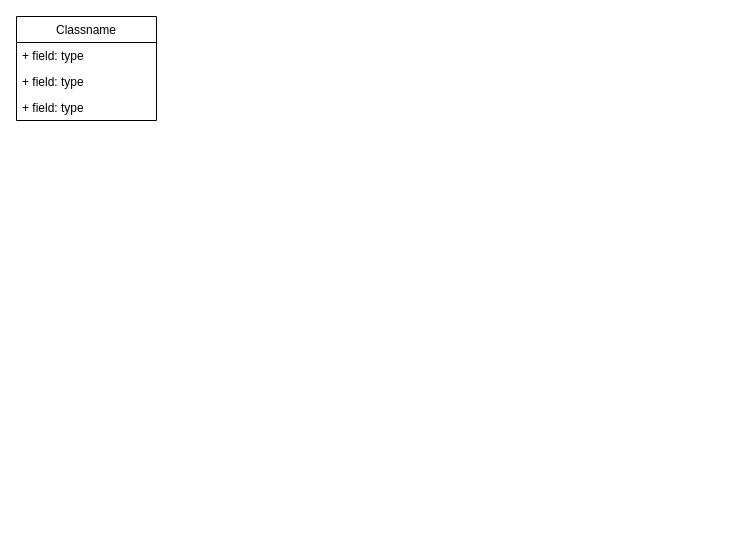
Earlier version of the draw.io diagram Untitled Diagram.drawio (nguyenduong9799/fpt-student-blog). Source tidied: cells renumbered, new cells numbered last; positions are measured from the earlier drawing's top-left corner, leaving out a move shared by most shapes. Both pictures are drawn from the tidied source at 100%, with x=0, y=0 at pixel (16, 16).
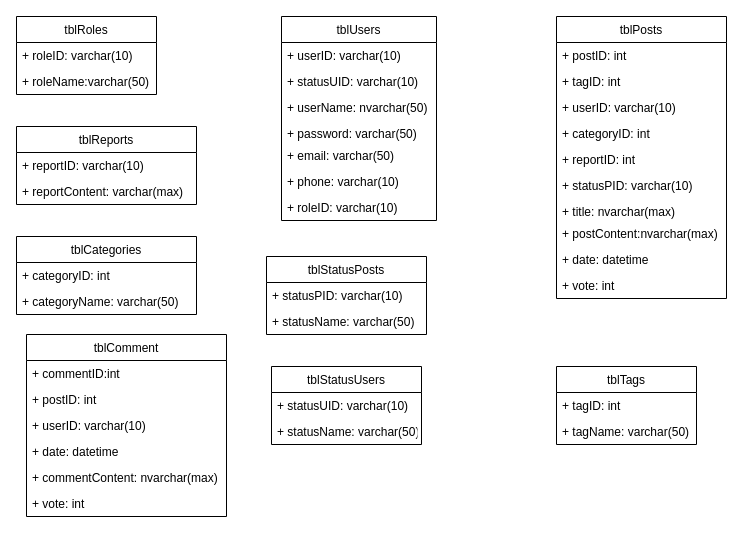
The same page after the edit.

The edit, as a diff of the source:
```diff
@@
-    <mxCell id="2" value="Classname" style="swimlane;fontStyle=0;horizontal=1;startSize=26;fillColor=none;" parent="1" vertex="1">
-      <mxGeometry width="140" height="104" as="geometry" />
+    <mxCell id="2" value="tblRoles" style="swimlane;fontStyle=0;horizontal=1;startSize=26;fillColor=none;" parent="1" vertex="1">
+      <mxGeometry width="140" height="78" as="geometry" />
     </mxCell>
-    <mxCell id="3" value="+ field: type" style="text;strokeColor=none;fillColor=none;align=left;verticalAlign=top;spacingLeft=4;spacingRight=4;overflow=hidden;" parent="2" vertex="1">
+    <mxCell id="3" value="+ roleID: varchar(10)" style="text;strokeColor=none;fillColor=none;align=left;verticalAlign=top;spacingLeft=4;spacingRight=4;overflow=hidden;" parent="2" vertex="1">
       <mxGeometry y="26" width="140" height="26" as="geometry" />
     </mxCell>
-    <mxCell id="4" value="+ field: type" style="text;strokeColor=none;fillColor=none;align=left;verticalAlign=top;spacingLeft=4;spacingRight=4;overflow=hidden;" parent="2" vertex="1">
+    <mxCell id="4" value="+ roleName:varchar(50)" style="text;strokeColor=none;fillColor=none;align=left;verticalAlign=top;spacingLeft=4;spacingRight=4;overflow=hidden;" parent="2" vertex="1">
       <mxGeometry y="52" width="140" height="26" as="geometry" />
     </mxCell>
-    <mxCell id="5" value="+ field: type" style="text;strokeColor=none;fillColor=none;align=left;verticalAlign=top;spacingLeft=4;spacingRight=4;overflow=hidden;" parent="2" vertex="1">
-      <mxGeometry y="78" width="140" height="26" as="geometry" />
-    </mxCell>
+    <mxCell id="6" value="tblUsers" style="swimlane;fontStyle=0;horizontal=1;startSize=26;fillColor=none;" parent="1" vertex="1">
+      <mxGeometry x="265" width="155" height="204" as="geometry" />
+    </mxCell>
+    <mxCell id="7" value="+ userID: varchar(10)" style="text;strokeColor=none;fillColor=none;align=left;verticalAlign=top;spacingLeft=4;spacingRight=4;overflow=hidden;" parent="6" vertex="1">
+      <mxGeometry y="26" width="155" height="26" as="geometry" />
+    </mxCell>
+    <mxCell id="8" value="+ statusUID: varchar(10)" style="text;strokeColor=none;fillColor=none;align=left;verticalAlign=top;spacingLeft=4;spacingRight=4;overflow=hidden;" parent="6" vertex="1">
+      <mxGeometry y="52" width="155" height="26" as="geometry" />
+    </mxCell>
+    <mxCell id="9" value="+ userName: nvarchar(50)" style="text;strokeColor=none;fillColor=none;align=left;verticalAlign=top;spacingLeft=4;spacingRight=4;overflow=hidden;" parent="6" vertex="1">
+      <mxGeometry y="78" width="155" height="26" as="geometry" />
+    </mxCell>
+    <mxCell id="10" value="+ password: varchar(50)" style="text;strokeColor=none;fillColor=none;align=left;verticalAlign=top;spacingLeft=4;spacingRight=4;overflow=hidden;" parent="6" vertex="1">
+      <mxGeometry y="104" width="155" height="22" as="geometry" />
+    </mxCell>
+    <mxCell id="11" value="+ email: varchar(50)" style="text;strokeColor=none;fillColor=none;align=left;verticalAlign=top;spacingLeft=4;spacingRight=4;overflow=hidden;" parent="6" vertex="1">
+      <mxGeometry y="126" width="155" height="26" as="geometry" />
+    </mxCell>
+    <mxCell id="12" value="+ phone: varchar(10)" style="text;strokeColor=none;fillColor=none;align=left;verticalAlign=top;spacingLeft=4;spacingRight=4;overflow=hidden;" parent="6" vertex="1">
+      <mxGeometry y="152" width="155" height="26" as="geometry" />
+    </mxCell>
+    <mxCell id="13" value="+ roleID: varchar(10)" style="text;strokeColor=none;fillColor=none;align=left;verticalAlign=top;spacingLeft=4;spacingRight=4;overflow=hidden;" parent="6" vertex="1">
+      <mxGeometry y="178" width="155" height="26" as="geometry" />
+    </mxCell>
+    <mxCell id="14" value="tblStatusUsers" style="swimlane;fontStyle=0;horizontal=1;startSize=26;fillColor=none;" parent="1" vertex="1">
+      <mxGeometry x="255" y="350" width="150" height="78" as="geometry" />
+    </mxCell>
+    <mxCell id="15" value="+ statusUID: varchar(10)" style="text;strokeColor=none;fillColor=none;align=left;verticalAlign=top;spacingLeft=4;spacingRight=4;overflow=hidden;" parent="14" vertex="1">
+      <mxGeometry y="26" width="150" height="26" as="geometry" />
+    </mxCell>
+    <mxCell id="16" value="+ statusName: varchar(50)" style="text;strokeColor=none;fillColor=none;align=left;verticalAlign=top;spacingLeft=4;spacingRight=4;overflow=hidden;" parent="14" vertex="1">
+      <mxGeometry y="52" width="150" height="26" as="geometry" />
+    </mxCell>
+    <mxCell id="17" value="tblPosts" style="swimlane;fontStyle=0;horizontal=1;startSize=26;fillColor=none;" parent="1" vertex="1">
+      <mxGeometry x="540" width="170" height="282" as="geometry" />
+    </mxCell>
+    <mxCell id="18" value="+ postID: int" style="text;strokeColor=none;fillColor=none;align=left;verticalAlign=top;spacingLeft=4;spacingRight=4;overflow=hidden;" parent="17" vertex="1">
+      <mxGeometry y="26" width="170" height="26" as="geometry" />
+    </mxCell>
+    <mxCell id="19" value="+ tagID: int" style="text;strokeColor=none;fillColor=none;align=left;verticalAlign=top;spacingLeft=4;spacingRight=4;overflow=hidden;" parent="17" vertex="1">
+      <mxGeometry y="52" width="170" height="26" as="geometry" />
+    </mxCell>
+    <mxCell id="20" value="+ userID: varchar(10)" style="text;strokeColor=none;fillColor=none;align=left;verticalAlign=top;spacingLeft=4;spacingRight=4;overflow=hidden;" parent="17" vertex="1">
+      <mxGeometry y="78" width="170" height="26" as="geometry" />
+    </mxCell>
+    <mxCell id="21" value="+ categoryID: int" style="text;strokeColor=none;fillColor=none;align=left;verticalAlign=top;spacingLeft=4;spacingRight=4;overflow=hidden;" parent="17" vertex="1">
+      <mxGeometry y="104" width="170" height="26" as="geometry" />
+    </mxCell>
+    <mxCell id="22" value="+ reportID: int" style="text;strokeColor=none;fillColor=none;align=left;verticalAlign=top;spacingLeft=4;spacingRight=4;overflow=hidden;" parent="17" vertex="1">
+      <mxGeometry y="130" width="170" height="26" as="geometry" />
+    </mxCell>
+    <mxCell id="23" value="+ statusPID: varchar(10)" style="text;strokeColor=none;fillColor=none;align=left;verticalAlign=top;spacingLeft=4;spacingRight=4;overflow=hidden;" parent="17" vertex="1">
+      <mxGeometry y="156" width="170" height="26" as="geometry" />
+    </mxCell>
+    <mxCell id="24" value="+ title: nvarchar(max)" style="text;strokeColor=none;fillColor=none;align=left;verticalAlign=top;spacingLeft=4;spacingRight=4;overflow=hidden;" parent="17" vertex="1">
+      <mxGeometry y="182" width="170" height="22" as="geometry" />
+    </mxCell>
+    <mxCell id="25" value="+ postContent:nvarchar(max)" style="text;strokeColor=none;fillColor=none;align=left;verticalAlign=top;spacingLeft=4;spacingRight=4;overflow=hidden;" parent="17" vertex="1">
+      <mxGeometry y="204" width="170" height="26" as="geometry" />
+    </mxCell>
+    <mxCell id="26" value="+ date: datetime" style="text;strokeColor=none;fillColor=none;align=left;verticalAlign=top;spacingLeft=4;spacingRight=4;overflow=hidden;" parent="17" vertex="1">
+      <mxGeometry y="230" width="170" height="26" as="geometry" />
+    </mxCell>
+    <mxCell id="27" value="+ vote: int" style="text;strokeColor=none;fillColor=none;align=left;verticalAlign=top;spacingLeft=4;spacingRight=4;overflow=hidden;" parent="17" vertex="1">
+      <mxGeometry y="256" width="170" height="26" as="geometry" />
+    </mxCell>
+    <mxCell id="28" value="tblStatusPosts" style="swimlane;fontStyle=0;horizontal=1;startSize=26;fillColor=none;" parent="1" vertex="1">
+      <mxGeometry x="250" y="240" width="160" height="78" as="geometry" />
+    </mxCell>
+    <mxCell id="29" value="+ statusPID: varchar(10)" style="text;strokeColor=none;fillColor=none;align=left;verticalAlign=top;spacingLeft=4;spacingRight=4;overflow=hidden;" parent="28" vertex="1">
+      <mxGeometry y="26" width="160" height="26" as="geometry" />
+    </mxCell>
+    <mxCell id="30" value="+ statusName: varchar(50)" style="text;strokeColor=none;fillColor=none;align=left;verticalAlign=top;spacingLeft=4;spacingRight=4;overflow=hidden;" parent="28" vertex="1">
+      <mxGeometry y="52" width="160" height="26" as="geometry" />
+    </mxCell>
+    <mxCell id="31" value="tblReports" style="swimlane;fontStyle=0;horizontal=1;startSize=26;fillColor=none;" parent="1" vertex="1">
+      <mxGeometry y="110" width="180" height="78" as="geometry" />
+    </mxCell>
+    <mxCell id="32" value="+ reportID: varchar(10)" style="text;strokeColor=none;fillColor=none;align=left;verticalAlign=top;spacingLeft=4;spacingRight=4;overflow=hidden;" parent="31" vertex="1">
+      <mxGeometry y="26" width="180" height="26" as="geometry" />
+    </mxCell>
+    <mxCell id="33" value="+ reportContent: varchar(max)" style="text;strokeColor=none;fillColor=none;align=left;verticalAlign=top;spacingLeft=4;spacingRight=4;overflow=hidden;" parent="31" vertex="1">
+      <mxGeometry y="52" width="180" height="26" as="geometry" />
+    </mxCell>
+    <mxCell id="34" value="tblCategories" style="swimlane;fontStyle=0;horizontal=1;startSize=26;fillColor=none;" parent="1" vertex="1">
+      <mxGeometry y="220" width="180" height="78" as="geometry" />
+    </mxCell>
+    <mxCell id="35" value="+ categoryID: int" style="text;strokeColor=none;fillColor=none;align=left;verticalAlign=top;spacingLeft=4;spacingRight=4;overflow=hidden;" parent="34" vertex="1">
+      <mxGeometry y="26" width="180" height="26" as="geometry" />
+    </mxCell>
+    <mxCell id="36" value="+ categoryName: varchar(50)" style="text;strokeColor=none;fillColor=none;align=left;verticalAlign=top;spacingLeft=4;spacingRight=4;overflow=hidden;" parent="34" vertex="1">
+      <mxGeometry y="52" width="180" height="26" as="geometry" />
+    </mxCell>
+    <mxCell id="37" value="tblTags" style="swimlane;fontStyle=0;horizontal=1;startSize=26;fillColor=none;" parent="1" vertex="1">
+      <mxGeometry x="540" y="350" width="140" height="78" as="geometry" />
+    </mxCell>
+    <mxCell id="38" value="+ tagID: int" style="text;strokeColor=none;fillColor=none;align=left;verticalAlign=top;spacingLeft=4;spacingRight=4;overflow=hidden;" parent="37" vertex="1">
+      <mxGeometry y="26" width="140" height="26" as="geometry" />
+    </mxCell>
+    <mxCell id="39" value="+ tagName: varchar(50)" style="text;strokeColor=none;fillColor=none;align=left;verticalAlign=top;spacingLeft=4;spacingRight=4;overflow=hidden;" parent="37" vertex="1">
+      <mxGeometry y="52" width="140" height="26" as="geometry" />
+    </mxCell>
+    <mxCell id="40" value="tblComment" style="swimlane;fontStyle=0;horizontal=1;startSize=26;fillColor=none;" parent="1" vertex="1">
+      <mxGeometry x="10" y="318" width="200" height="182" as="geometry" />
+    </mxCell>
+    <mxCell id="41" value="+ commentID:int " style="text;strokeColor=none;fillColor=none;align=left;verticalAlign=top;spacingLeft=4;spacingRight=4;overflow=hidden;" parent="40" vertex="1">
+      <mxGeometry y="26" width="200" height="26" as="geometry" />
+    </mxCell>
+    <mxCell id="42" value="+ postID: int" style="text;strokeColor=none;fillColor=none;align=left;verticalAlign=top;spacingLeft=4;spacingRight=4;overflow=hidden;" parent="40" vertex="1">
+      <mxGeometry y="52" width="200" height="26" as="geometry" />
+    </mxCell>
+    <mxCell id="43" value="+ userID: varchar(10)" style="text;strokeColor=none;fillColor=none;align=left;verticalAlign=top;spacingLeft=4;spacingRight=4;overflow=hidden;" parent="40" vertex="1">
+      <mxGeometry y="78" width="200" height="26" as="geometry" />
+    </mxCell>
+    <mxCell id="44" value="+ date: datetime" style="text;strokeColor=none;fillColor=none;align=left;verticalAlign=top;spacingLeft=4;spacingRight=4;overflow=hidden;" parent="40" vertex="1">
+      <mxGeometry y="104" width="200" height="26" as="geometry" />
+    </mxCell>
+    <mxCell id="45" value="+ commentContent: nvarchar(max)" style="text;strokeColor=none;fillColor=none;align=left;verticalAlign=top;spacingLeft=4;spacingRight=4;overflow=hidden;" parent="40" vertex="1">
+      <mxGeometry y="130" width="200" height="26" as="geometry" />
+    </mxCell>
+    <mxCell id="46" value="+ vote: int" style="text;strokeColor=none;fillColor=none;align=left;verticalAlign=top;spacingLeft=4;spacingRight=4;overflow=hidden;" parent="40" vertex="1">
+      <mxGeometry y="156" width="200" height="26" as="geometry" />
+    </mxCell>
```
